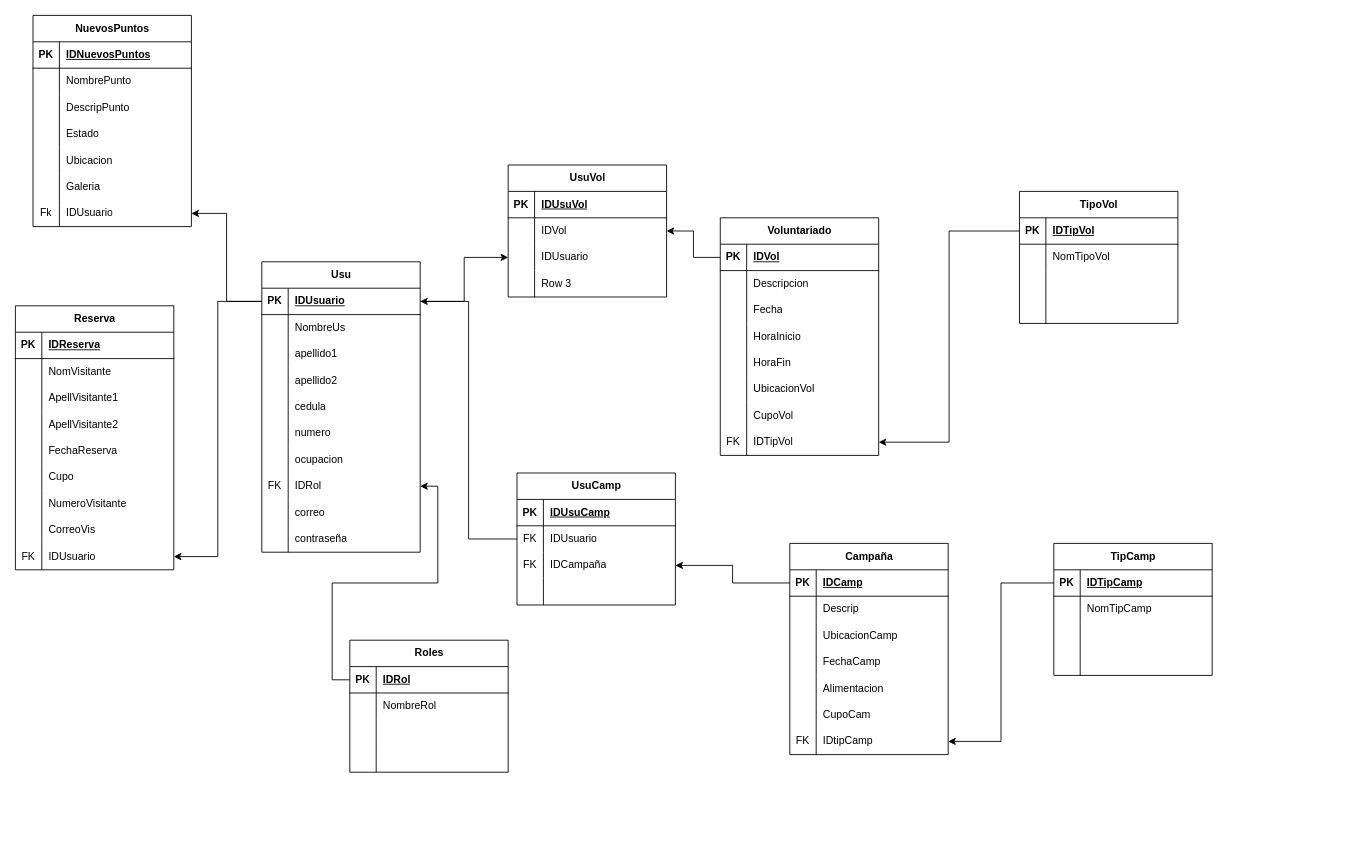
Before: BaseSendero.drawio in NotJarethGG/CosasVarias, a draw.io diagram. Source tidied: cells renumbered, new cells numbered last; positions are measured from the earlier drawing's top-left corner, leaving out a move shared by most shapes. Both pictures are drawn from the tidied source at 88%, with x=0, y=0 at pixel (15, 15).
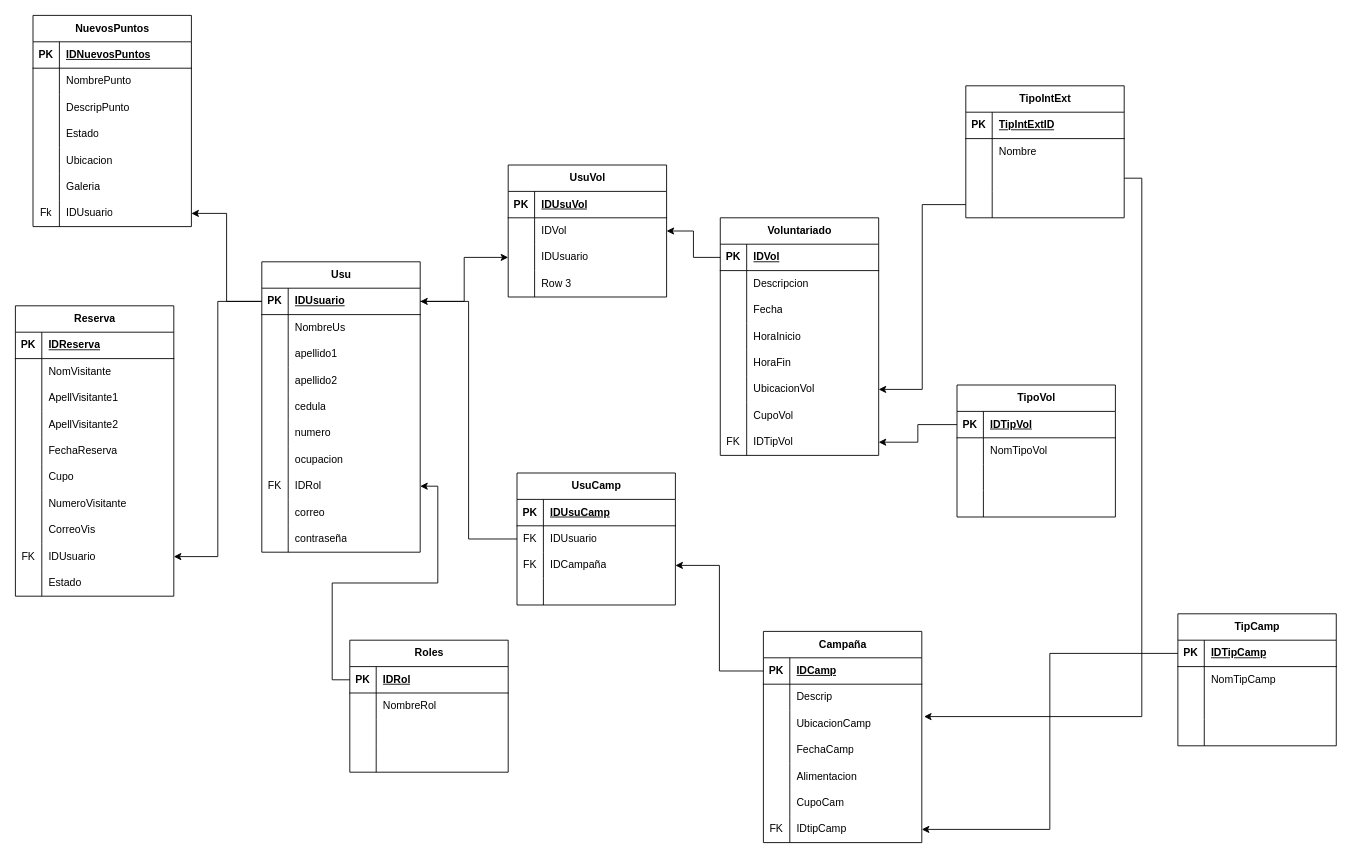
After the change.

The change refers to these unchanged cells:
```xml
<mxCell id="78" style="shape=tableRow;horizontal=0;startSize=0;swimlaneHead=0;swimlaneBody=0;fillColor=none;points=[[0,0.5],[1,0.5]];portConstraint=eastwest;top=0;left=0;right=0;bottom=0;" parent="62" vertex="1">
  <mxGeometry y="180" width="180" height="30" as="geometry" />
</mxCell>
<mxCell id="151" style="shape=tableRow;horizontal=0;startSize=0;swimlaneHead=0;swimlaneBody=0;fillColor=none;points=[[0,0.5],[1,0.5]];portConstraint=eastwest;top=0;left=0;right=0;bottom=0;" parent="144" vertex="1">
  <mxGeometry y="90" width="180" height="30" as="geometry" />
</mxCell>
```

Change to the diagram source:
```diff
@@
     <mxCell id="33" value="Reserva" style="shape=table;startSize=30;childLayout=tableLayout;rowLines=0;fontStyle=1;align=center;html=1;" parent="1" vertex="1">
-      <mxGeometry y="330" width="180" height="300" as="geometry" />
+      <mxGeometry y="330" width="180" height="330" as="geometry" />
     </mxCell>
@@
+    <mxCell id="204" style="shape=tableRow;horizontal=0;startSize=0;swimlaneHead=0;swimlaneBody=0;fillColor=none;top=0;left=0;right=0;bottom=0;" parent="33" vertex="1">
+      <mxGeometry y="300" width="180" height="30" as="geometry" />
+    </mxCell>
+    <mxCell id="205" style="shape=partialRectangle;fillColor=none;top=0;left=0;bottom=0;right=0;overflow=hidden;whiteSpace=wrap;html=1;" parent="204" vertex="1">
+      <mxGeometry width="30" height="30" as="geometry" />
+    </mxCell>
+    <mxCell id="206" value="Estado" style="shape=partialRectangle;fillColor=none;top=0;left=0;bottom=0;right=0;align=left;spacingLeft=6;overflow=hidden;whiteSpace=wrap;html=1;" parent="204" vertex="1">
+      <mxGeometry x="30" width="150" height="30" as="geometry" />
+    </mxCell>
@@
     <mxCell id="116" value="TipoVol" style="shape=table;startSize=30;childLayout=tableLayout;rowLines=0;fontStyle=1;align=center;html=1;" parent="1" vertex="1">
-      <mxGeometry x="1141" y="200" width="180" height="150" as="geometry" />
+      <mxGeometry x="1070" y="420" width="180" height="150" as="geometry" />
     </mxCell>
@@
     <mxCell id="144" value="Campaña" style="shape=table;startSize=30;childLayout=tableLayout;rowLines=0;fontStyle=1;align=center;html=1;" parent="1" vertex="1">
-      <mxGeometry x="880" y="600" width="180" height="240" as="geometry" />
+      <mxGeometry x="850" y="700" width="180" height="240" as="geometry" />
     </mxCell>
@@
     <mxCell id="167" value="TipCamp" style="shape=table;startSize=30;childLayout=tableLayout;rowLines=0;fontStyle=1;align=center;html=1;" parent="1" vertex="1">
-      <mxGeometry x="1180" y="600" width="180" height="150" as="geometry" />
+      <mxGeometry x="1321" y="680" width="180" height="150" as="geometry" />
     </mxCell>
@@
+    <mxCell id="207" value="TipoIntExt" style="shape=table;startSize=30;childLayout=tableLayout;rowLines=0;fontStyle=1;align=center;html=1;" parent="1" vertex="1">
+      <mxGeometry x="1080" y="80" width="180" height="150" as="geometry" />
+    </mxCell>
+    <mxCell id="208" style="shape=tableRow;horizontal=0;startSize=0;swimlaneHead=0;swimlaneBody=0;fillColor=none;top=0;left=0;right=0;bottom=1;" parent="207" vertex="1">
+      <mxGeometry y="30" width="180" height="30" as="geometry" />
+    </mxCell>
+    <mxCell id="209" value="PK" style="shape=partialRectangle;fillColor=none;top=0;left=0;bottom=0;right=0;fontStyle=1;overflow=hidden;whiteSpace=wrap;html=1;" parent="208" vertex="1">
+      <mxGeometry width="30" height="30" as="geometry" />
+    </mxCell>
+    <mxCell id="210" value="TipIntExtID" style="shape=partialRectangle;fillColor=none;top=0;left=0;bottom=0;right=0;align=left;spacingLeft=6;fontStyle=5;overflow=hidden;whiteSpace=wrap;html=1;" parent="208" vertex="1">
+      <mxGeometry x="30" width="150" height="30" as="geometry" />
+    </mxCell>
+    <mxCell id="211" style="shape=tableRow;horizontal=0;startSize=0;swimlaneHead=0;swimlaneBody=0;fillColor=none;top=0;left=0;right=0;bottom=0;" parent="207" vertex="1">
+      <mxGeometry y="60" width="180" height="30" as="geometry" />
+    </mxCell>
+    <mxCell id="212" style="shape=partialRectangle;fillColor=none;top=0;left=0;bottom=0;right=0;overflow=hidden;whiteSpace=wrap;html=1;" parent="211" vertex="1">
+      <mxGeometry width="30" height="30" as="geometry" />
+    </mxCell>
+    <mxCell id="213" value="Nombre" style="shape=partialRectangle;fillColor=none;top=0;left=0;bottom=0;right=0;align=left;spacingLeft=6;overflow=hidden;whiteSpace=wrap;html=1;" parent="211" vertex="1">
+      <mxGeometry x="30" width="150" height="30" as="geometry" />
+    </mxCell>
+    <mxCell id="214" style="shape=tableRow;horizontal=0;startSize=0;swimlaneHead=0;swimlaneBody=0;fillColor=none;points=[[0,0.5],[1,0.5]];portConstraint=eastwest;top=0;left=0;right=0;bottom=0;" parent="207" vertex="1">
+      <mxGeometry y="90" width="180" height="30" as="geometry" />
+    </mxCell>
+    <mxCell id="215" style="shape=partialRectangle;fillColor=none;top=0;left=0;bottom=0;right=0;overflow=hidden;whiteSpace=wrap;html=1;" parent="214" vertex="1">
+      <mxGeometry width="30" height="30" as="geometry" />
+    </mxCell>
+    <mxCell id="216" style="shape=partialRectangle;fillColor=none;top=0;left=0;bottom=0;right=0;align=left;spacingLeft=6;overflow=hidden;whiteSpace=wrap;html=1;" parent="214" vertex="1">
+      <mxGeometry x="30" width="150" height="30" as="geometry" />
+    </mxCell>
+    <mxCell id="217" style="shape=tableRow;horizontal=0;startSize=0;swimlaneHead=0;swimlaneBody=0;fillColor=none;points=[[0,0.5],[1,0.5]];portConstraint=eastwest;top=0;left=0;right=0;bottom=0;" parent="207" vertex="1">
+      <mxGeometry y="120" width="180" height="30" as="geometry" />
+    </mxCell>
+    <mxCell id="218" style="shape=partialRectangle;fillColor=none;top=0;left=0;bottom=0;right=0;overflow=hidden;whiteSpace=wrap;html=1;" parent="217" vertex="1">
+      <mxGeometry width="30" height="30" as="geometry" />
+    </mxCell>
+    <mxCell id="219" style="shape=partialRectangle;fillColor=none;top=0;left=0;bottom=0;right=0;align=left;spacingLeft=6;overflow=hidden;whiteSpace=wrap;html=1;" parent="217" vertex="1">
+      <mxGeometry x="30" width="150" height="30" as="geometry" />
+    </mxCell>
+    <mxCell id="220" style="edgeStyle=orthogonalEdgeStyle;rounded=0;jettySize=auto;html=1;exitX=0;exitY=0.5;exitDx=0;exitDy=0;entryX=1;entryY=0.5;entryDx=0;entryDy=0;" parent="1" edge="1" source="217" target="78">
+      <mxGeometry relative="1" as="geometry" />
+    </mxCell>
+    <mxCell id="221" style="edgeStyle=orthogonalEdgeStyle;rounded=0;jettySize=auto;html=1;exitX=1;exitY=0.5;exitDx=0;exitDy=0;entryX=1.014;entryY=0.227;entryDx=0;entryDy=0;entryPerimeter=0;" parent="1" edge="1" source="214" target="151">
+      <mxGeometry relative="1" as="geometry" />
+    </mxCell>
```
